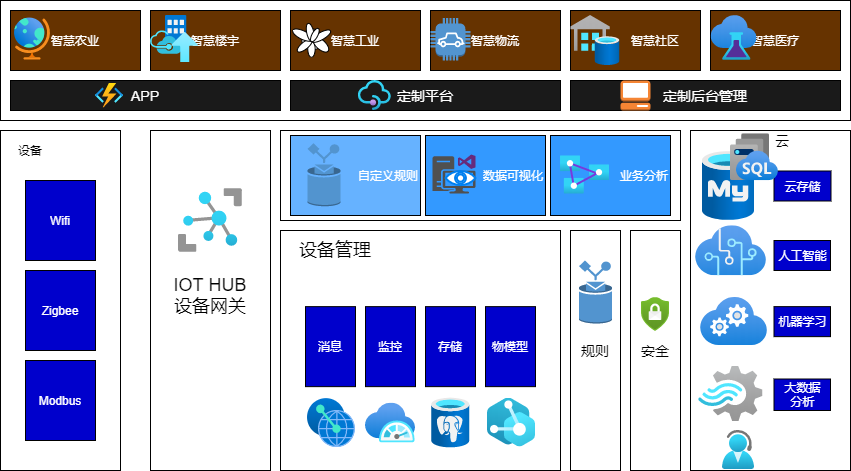
Above: Image/IOT Drawing.png in motiontek/p1 (draw.io), before the change. Source tidied: cells renumbered, new cells last; positions are measured from the earlier drawing's top-left corner, leaving out a move shared by most shapes.
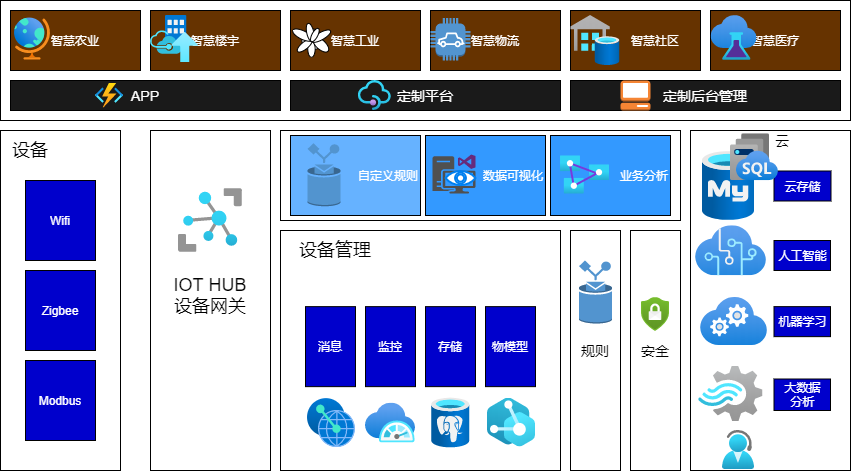
Above is the later version.

Commit message:
IOT Drawing copy.png

Change to the diagram source:
```diff
@@ -5,7 +5,7 @@
     <mxCell id="2" style="rounded=0;whiteSpace=wrap;html=1;align=left;" parent="1" vertex="1">
       <mxGeometry y="130" width="120" height="340" as="geometry" />
     </mxCell>
-    <mxCell id="3" value="设备" style="text;html=1;strokeColor=none;fillColor=none;align=center;verticalAlign=middle;whiteSpace=wrap;rounded=0;" parent="1" vertex="1">
+    <mxCell id="3" value="&lt;font style=&quot;font-size: 18px&quot;&gt;设备&lt;/font&gt;" style="text;html=1;strokeColor=none;fillColor=none;align=center;verticalAlign=middle;whiteSpace=wrap;rounded=0;" parent="1" vertex="1">
       <mxGeometry x="10" y="140" width="40" height="20" as="geometry" />
     </mxCell>
     <mxCell id="4" value="&lt;font color=&quot;#ffffff&quot;&gt;Wifi&lt;/font&gt;" style="rounded=0;whiteSpace=wrap;html=1;fillColor=#0000CC;" parent="1" vertex="1">
```
